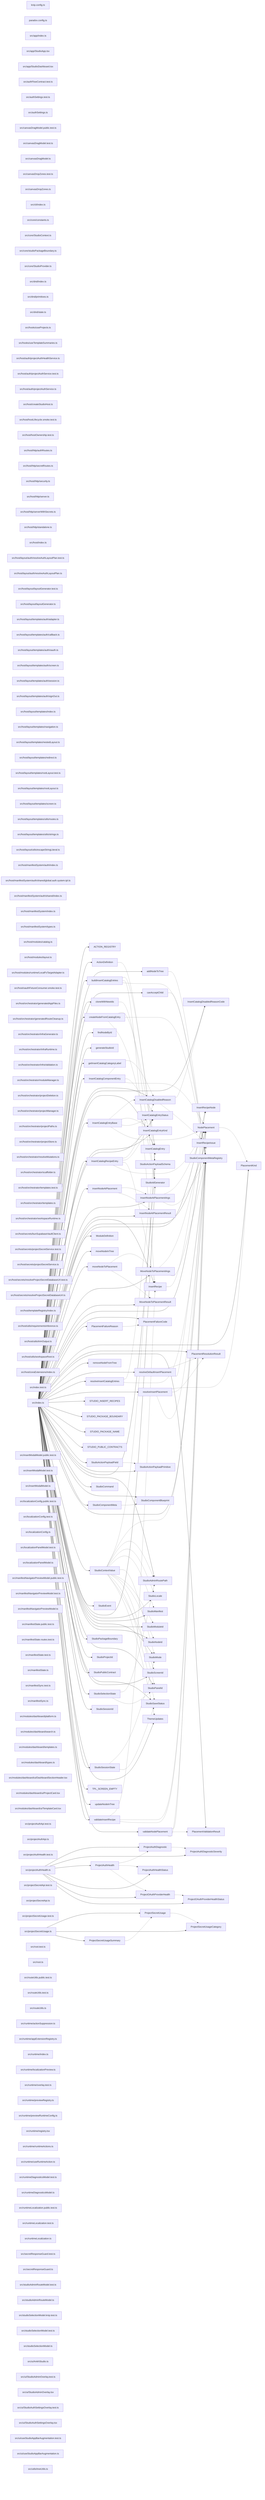
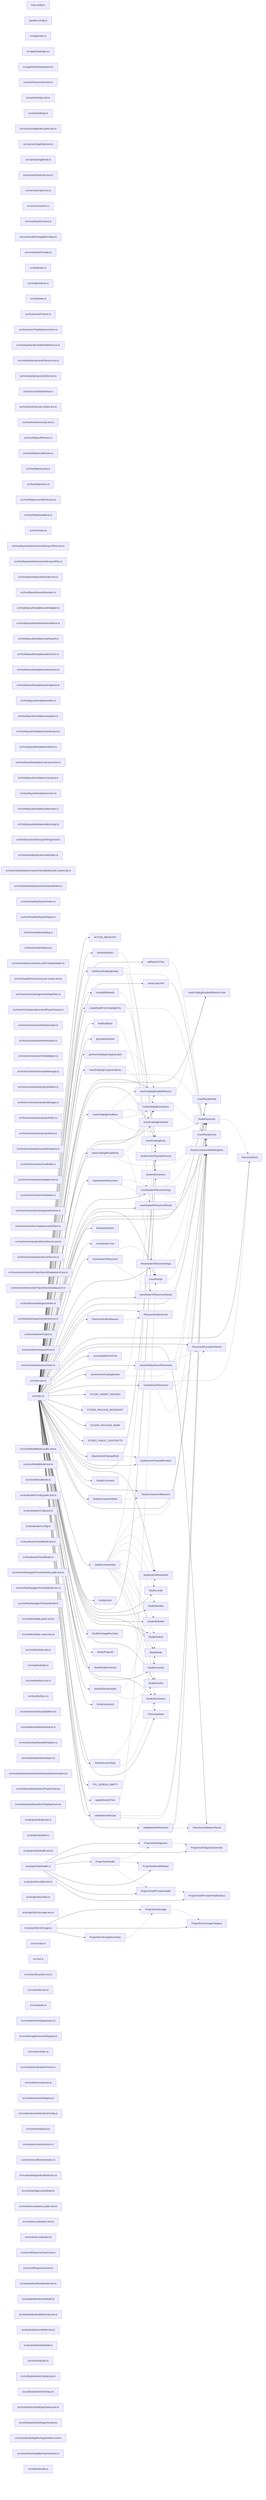
graph LR
  module_knip_config_ts["knip.config.ts"]
  module_paradox_config_ts["paradox.config.ts"]
  module_src_app_index_ts["src/app/index.ts"]
  module_src_app_StudioApp_tsx["src/app/StudioApp.tsx"]
  module_src_app_StudioDashboard_tsx["src/app/StudioDashboard.tsx"]
  module_src_authFlowContract_test_ts["src/authFlowContract.test.ts"]
  module_src_authSettings_test_ts["src/authSettings.test.ts"]
  module_src_authSettings_ts["src/authSettings.ts"]
  module_src_canvasDragModel_public_test_ts["src/canvasDragModel.public.test.ts"]
  module_src_canvasDragModel_test_ts["src/canvasDragModel.test.ts"]
  module_src_canvasDragModel_ts["src/canvasDragModel.ts"]
  module_src_canvasDropZones_test_ts["src/canvasDropZones.test.ts"]
  module_src_canvasDropZones_ts["src/canvasDropZones.ts"]
-   module_src_cli_index_ts["src/cli/index.ts"]
  module_src_core_constants_ts["src/core/constants.ts"]
  module_src_core_StudioContext_ts["src/core/StudioContext.ts"]
  module_src_core_studioPackageBoundary_ts["src/core/studioPackageBoundary.ts"]
  module_src_core_StudioProvider_ts["src/core/StudioProvider.ts"]
  module_src_dnd_index_ts["src/dnd/index.ts"]
  module_src_dnd_primitives_ts["src/dnd/primitives.ts"]
  module_src_dnd_state_ts["src/dnd/state.ts"]
  module_src_hooks_useProjects_ts["src/hooks/useProjects.ts"]
  module_src_hooks_useTemplateSummaries_ts["src/hooks/useTemplateSummaries.ts"]
  module_src_host_auth_projectAuthHealthService_ts["src/host/auth/projectAuthHealthService.ts"]
  module_src_host_auth_projectAuthService_test_ts["src/host/auth/projectAuthService.test.ts"]
  module_src_host_auth_projectAuthService_ts["src/host/auth/projectAuthService.ts"]
  module_src_host_createStudioHost_ts["src/host/createStudioHost.ts"]
  module_src_host_hostLifecycle_smoke_test_ts["src/host/hostLifecycle.smoke.test.ts"]
  module_src_host_hostOwnership_test_ts["src/host/hostOwnership.test.ts"]
  module_src_host_http_authRoutes_ts["src/host/http/authRoutes.ts"]
  module_src_host_http_secretRoutes_ts["src/host/http/secretRoutes.ts"]
  module_src_host_http_security_ts["src/host/http/security.ts"]
  module_src_host_http_server_ts["src/host/http/server.ts"]
  module_src_host_http_serverWithSecrets_ts["src/host/http/serverWithSecrets.ts"]
  module_src_host_http_standalone_ts["src/host/http/standalone.ts"]
  module_src_host_index_ts["src/host/index.ts"]
  module_src_host_layout_auth_resolveAuthLayoutPlan_test_ts["src/host/layout/auth/resolveAuthLayoutPlan.test.ts"]
  module_src_host_layout_auth_resolveAuthLayoutPlan_ts["src/host/layout/auth/resolveAuthLayoutPlan.ts"]
  module_src_host_layout_layoutGenerator_test_ts["src/host/layout/layoutGenerator.test.ts"]
  module_src_host_layout_layoutGenerator_ts["src/host/layout/layoutGenerator.ts"]
  module_src_host_layout_templates_auth_adapter_ts["src/host/layout/templates/auth/adapter.ts"]
  module_src_host_layout_templates_auth_callback_ts["src/host/layout/templates/auth/callback.ts"]
  module_src_host_layout_templates_auth_oauth_ts["src/host/layout/templates/auth/oauth.ts"]
  module_src_host_layout_templates_auth_screen_ts["src/host/layout/templates/auth/screen.ts"]
  module_src_host_layout_templates_auth_session_ts["src/host/layout/templates/auth/session.ts"]
  module_src_host_layout_templates_auth_signOut_ts["src/host/layout/templates/auth/signOut.ts"]
  module_src_host_layout_templates_index_ts["src/host/layout/templates/index.ts"]
  module_src_host_layout_templates_navigation_ts["src/host/layout/templates/navigation.ts"]
  module_src_host_layout_templates_nestedLayout_ts["src/host/layout/templates/nestedLayout.ts"]
  module_src_host_layout_templates_redirect_ts["src/host/layout/templates/redirect.ts"]
  module_src_host_layout_templates_rootLayout_test_ts["src/host/layout/templates/rootLayout.test.ts"]
  module_src_host_layout_templates_rootLayout_ts["src/host/layout/templates/rootLayout.ts"]
  module_src_host_layout_templates_screen_ts["src/host/layout/templates/screen.ts"]
  module_src_host_layout_templates_utils_routes_ts["src/host/layout/templates/utils/routes.ts"]
  module_src_host_layout_templates_utils_strings_ts["src/host/layout/templates/utils/strings.ts"]
  module_src_host_layout_utils_escapeStringLiteral_ts["src/host/layout/utils/escapeStringLiteral.ts"]
  module_src_host_manifestSystem_auth_index_ts["src/host/manifestSystem/auth/index.ts"]
  module_src_host_manifestSystem_auth_shared_global_auth_system_tpl_ts["src/host/manifestSystem/auth/shared/global.auth.system.tpl.ts"]
  module_src_host_manifestSystem_auth_shared_index_ts["src/host/manifestSystem/auth/shared/index.ts"]
  module_src_host_manifestSystem_index_ts["src/host/manifestSystem/index.ts"]
  module_src_host_manifestSystem_types_ts["src/host/manifestSystem/types.ts"]
  module_src_host_modules_catalog_ts["src/host/modules/catalog.ts"]
  module_src_host_modules_layout_ts["src/host/modules/layout.ts"]
  module_src_host_modules_runtime_LocalFsTargetAdapter_ts["src/host/modules/runtime/LocalFsTargetAdapter.ts"]
  module_src_host_oauthFixtureConsumer_smoke_test_ts["src/host/oauthFixtureConsumer.smoke.test.ts"]
  module_src_host_orchestrator_generatedAppFiles_ts["src/host/orchestrator/generatedAppFiles.ts"]
  module_src_host_orchestrator_generatedRouteCleanup_ts["src/host/orchestrator/generatedRouteCleanup.ts"]
  module_src_host_orchestrator_infraGenerator_ts["src/host/orchestrator/infraGenerator.ts"]
  module_src_host_orchestrator_infraRuntime_ts["src/host/orchestrator/infraRuntime.ts"]
  module_src_host_orchestrator_infraValidation_ts["src/host/orchestrator/infraValidation.ts"]
  module_src_host_orchestrator_moduleManager_ts["src/host/orchestrator/moduleManager.ts"]
  module_src_host_orchestrator_projectDeletion_ts["src/host/orchestrator/projectDeletion.ts"]
  module_src_host_orchestrator_projectManager_ts["src/host/orchestrator/projectManager.ts"]
  module_src_host_orchestrator_projectPaths_ts["src/host/orchestrator/projectPaths.ts"]
  module_src_host_orchestrator_projectStore_ts["src/host/orchestrator/projectStore.ts"]
  module_src_host_orchestrator_resolveMutations_ts["src/host/orchestrator/resolveMutations.ts"]
  module_src_host_orchestrator_scaffolder_ts["src/host/orchestrator/scaffolder.ts"]
  module_src_host_orchestrator_templates_test_ts["src/host/orchestrator/templates.test.ts"]
  module_src_host_orchestrator_templates_ts["src/host/orchestrator/templates.ts"]
  module_src_host_orchestrator_workspaceRuntime_ts["src/host/orchestrator/workspaceRuntime.ts"]
  module_src_host_secrets_bunSupabaseVaultClient_ts["src/host/secrets/bunSupabaseVaultClient.ts"]
  module_src_host_secrets_projectSecretService_test_ts["src/host/secrets/projectSecretService.test.ts"]
  module_src_host_secrets_projectSecretService_ts["src/host/secrets/projectSecretService.ts"]
  module_src_host_secrets_resolveProjectSecretDatabaseUrl_test_ts["src/host/secrets/resolveProjectSecretDatabaseUrl.test.ts"]
  module_src_host_secrets_resolveProjectSecretDatabaseUrl_ts["src/host/secrets/resolveProjectSecretDatabaseUrl.ts"]
  module_src_host_templateRegistry_index_ts["src/host/templateRegistry/index.ts"]
  module_src_host_utils_requirementsInference_ts["src/host/utils/requirementsInference.ts"]
  module_src_host_utils_trimOutput_ts["src/host/utils/trimOutput.ts"]
  module_src_host_utils_workspaceRoot_ts["src/host/utils/workspaceRoot.ts"]
  module_src_host_zoraExtensions_index_ts["src/host/zoraExtensions/index.ts"]
  module_src_index_test_ts["src/index.test.ts"]
  module_src_index_ts["src/index.ts"]
  module_src_insertModalModel_public_test_ts["src/insertModalModel.public.test.ts"]
  module_src_insertModalModel_test_ts["src/insertModalModel.test.ts"]
  module_src_insertModalModel_ts["src/insertModalModel.ts"]
  module_src_localizationConfig_public_test_ts["src/localizationConfig.public.test.ts"]
  module_src_localizationConfig_test_ts["src/localizationConfig.test.ts"]
  module_src_localizationConfig_ts["src/localizationConfig.ts"]
  module_src_localizationPanelModel_test_ts["src/localizationPanelModel.test.ts"]
  module_src_localizationPanelModel_ts["src/localizationPanelModel.ts"]
  module_src_manifestNavigatorPreviewModel_public_test_ts["src/manifestNavigatorPreviewModel.public.test.ts"]
  module_src_manifestNavigatorPreviewModel_test_ts["src/manifestNavigatorPreviewModel.test.ts"]
  module_src_manifestNavigatorPreviewModel_ts["src/manifestNavigatorPreviewModel.ts"]
  module_src_manifestState_public_test_ts["src/manifestState.public.test.ts"]
  module_src_manifestState_routes_test_ts["src/manifestState.routes.test.ts"]
  module_src_manifestState_test_ts["src/manifestState.test.ts"]
  module_src_manifestState_ts["src/manifestState.ts"]
  module_src_manifestSync_test_ts["src/manifestSync.test.ts"]
  module_src_manifestSync_ts["src/manifestSync.ts"]
  module_src_modules_dashboard_platform_ts["src/modules/dashboard/platform.ts"]
  module_src_modules_dashboard_search_ts["src/modules/dashboard/search.ts"]
  module_src_modules_dashboard_templates_ts["src/modules/dashboard/templates.ts"]
  module_src_modules_dashboard_types_ts["src/modules/dashboard/types.ts"]
  module_src_modules_dashboard_ui_DashboardSectionHeader_tsx["src/modules/dashboard/ui/DashboardSectionHeader.tsx"]
  module_src_modules_dashboard_ui_ProjectCard_tsx["src/modules/dashboard/ui/ProjectCard.tsx"]
  module_src_modules_dashboard_ui_TemplateCard_tsx["src/modules/dashboard/ui/TemplateCard.tsx"]
  module_src_projectAuthApi_test_ts["src/projectAuthApi.test.ts"]
  module_src_projectAuthApi_ts["src/projectAuthApi.ts"]
  module_src_projectAuthHealth_test_ts["src/projectAuthHealth.test.ts"]
  module_src_projectAuthHealth_ts["src/projectAuthHealth.ts"]
  module_src_projectSecretApi_test_ts["src/projectSecretApi.test.ts"]
  module_src_projectSecretApi_ts["src/projectSecretApi.ts"]
  module_src_projectSecretUsage_test_ts["src/projectSecretUsage.test.ts"]
  module_src_projectSecretUsage_ts["src/projectSecretUsage.ts"]
  module_src_root_test_ts["src/root.test.ts"]
  module_src_root_ts["src/root.ts"]
  module_src_routeUtils_public_test_ts["src/routeUtils.public.test.ts"]
  module_src_routeUtils_test_ts["src/routeUtils.test.ts"]
  module_src_routeUtils_ts["src/routeUtils.ts"]
  module_src_runtime_actionSuppression_ts["src/runtime/actionSuppression.ts"]
  module_src_runtime_appExtensionRegistry_ts["src/runtime/appExtensionRegistry.ts"]
  module_src_runtime_index_ts["src/runtime/index.ts"]
  module_src_runtime_localizationPreview_ts["src/runtime/localizationPreview.ts"]
  module_src_runtime_overlay_test_ts["src/runtime/overlay.test.ts"]
  module_src_runtime_previewRegistry_ts["src/runtime/previewRegistry.ts"]
  module_src_runtime_previewRuntimeConfig_ts["src/runtime/previewRuntimeConfig.ts"]
  module_src_runtime_registry_tsx["src/runtime/registry.tsx"]
  module_src_runtime_runtimeActions_ts["src/runtime/runtimeActions.ts"]
  module_src_runtime_useRuntimeAction_ts["src/runtime/useRuntimeAction.ts"]
  module_src_runtimeDiagnosticsModel_test_ts["src/runtimeDiagnosticsModel.test.ts"]
  module_src_runtimeDiagnosticsModel_ts["src/runtimeDiagnosticsModel.ts"]
  module_src_runtimeLocalization_public_test_ts["src/runtimeLocalization.public.test.ts"]
  module_src_runtimeLocalization_test_ts["src/runtimeLocalization.test.ts"]
  module_src_runtimeLocalization_ts["src/runtimeLocalization.ts"]
  module_src_secretResponseGuard_test_ts["src/secretResponseGuard.test.ts"]
  module_src_secretResponseGuard_ts["src/secretResponseGuard.ts"]
  module_src_studioAdminRouteModel_test_ts["src/studioAdminRouteModel.test.ts"]
  module_src_studioAdminRouteModel_ts["src/studioAdminRouteModel.ts"]
  module_src_studioSelectionModel_knip_test_ts["src/studioSelectionModel.knip.test.ts"]
  module_src_studioSelectionModel_test_ts["src/studioSelectionModel.test.ts"]
  module_src_studioSelectionModel_ts["src/studioSelectionModel.ts"]
  module_src_ui_AnkhStudio_ts["src/ui/AnkhStudio.ts"]
  module_src_ui_StudioAdminOverlay_test_ts["src/ui/StudioAdminOverlay.test.ts"]
  module_src_ui_StudioAdminOverlay_tsx["src/ui/StudioAdminOverlay.tsx"]
  module_src_ui_StudioAuthSettingsOverlay_test_ts["src/ui/StudioAuthSettingsOverlay.test.ts"]
  module_src_ui_StudioAuthSettingsOverlay_tsx["src/ui/StudioAuthSettingsOverlay.tsx"]
  module_src_ui_useStudioAppBarAugmentation_test_ts["src/ui/useStudioAppBarAugmentation.test.ts"]
  module_src_ui_useStudioAppBarAugmentation_ts["src/ui/useStudioAppBarAugmentation.ts"]
  module_src_utils_treeUtils_ts["src/utils/treeUtils.ts"]
  export_ACTION_REGISTRY["ACTION_REGISTRY"]
  module_src_index_ts --> export_ACTION_REGISTRY
  export_ActionDefinition["ActionDefinition"]
  module_src_index_ts --> export_ActionDefinition
  export_ActionDefinition -.-> export_StudioActionPayloadSchema
  export_addNodeToTree["addNodeToTree"]
  module_src_index_ts --> export_addNodeToTree
  export_addNodeToTree -.-> export_StudioComponentMetaRegistry
  export_buildInsertCatalogEntries["buildInsertCatalogEntries"]
  module_src_index_ts --> export_buildInsertCatalogEntries
  export_buildInsertCatalogEntries -.-> export_InsertCatalogEntry
  export_buildInsertCatalogEntries -.-> export_InsertRecipe
  export_buildInsertCatalogEntries -.-> export_StudioComponentMetaRegistry
  export_canAcceptChild["canAcceptChild"]
  module_src_index_ts --> export_canAcceptChild
  export_canAcceptChild -.-> export_StudioComponentMetaRegistry
  export_cloneWithNewIds["cloneWithNewIds"]
  module_src_index_ts --> export_cloneWithNewIds
  export_cloneWithNewIds -.-> export_StudioIdGenerator
  export_createNodeFromCatalogEntry["createNodeFromCatalogEntry"]
  module_src_index_ts --> export_createNodeFromCatalogEntry
  export_createNodeFromCatalogEntry -.-> export_InsertCatalogEntry
  export_createNodeFromCatalogEntry -.-> export_StudioComponentMetaRegistry
  export_createNodeFromCatalogEntry -.-> export_StudioIdGenerator
  export_findNodeById["findNodeById"]
  module_src_index_ts --> export_findNodeById
  export_generateStudioId["generateStudioId"]
  module_src_index_ts --> export_generateStudioId
  export_getInsertCatalogCategoryLabel["getInsertCatalogCategoryLabel"]
  module_src_index_ts --> export_getInsertCatalogCategoryLabel
  export_InsertCatalogComponentEntry["InsertCatalogComponentEntry"]
  module_src_index_ts --> export_InsertCatalogComponentEntry
  export_InsertCatalogComponentEntry -.-> export_InsertCatalogDisabledReason
  export_InsertCatalogComponentEntry -.-> export_InsertCatalogEntryStatus
  export_InsertCatalogComponentEntry -.-> export_NodePlacement
  export_InsertCatalogDisabledReason["InsertCatalogDisabledReason"]
  module_src_index_ts --> export_InsertCatalogDisabledReason
  export_InsertCatalogDisabledReason -.-> export_InsertCatalogDisabledReasonCode
  export_InsertCatalogDisabledReason -.-> export_InsertRecipeIssue
  export_InsertCatalogDisabledReasonCode["InsertCatalogDisabledReasonCode"]
  module_src_index_ts --> export_InsertCatalogDisabledReasonCode
  export_InsertCatalogEntry["InsertCatalogEntry"]
  module_src_index_ts --> export_InsertCatalogEntry
  export_InsertCatalogEntryBase["InsertCatalogEntryBase"]
  module_src_index_ts --> export_InsertCatalogEntryBase
  export_InsertCatalogEntryBase -.-> export_InsertCatalogDisabledReason
  export_InsertCatalogEntryBase -.-> export_InsertCatalogEntryKind
  export_InsertCatalogEntryBase -.-> export_InsertCatalogEntryStatus
  export_InsertCatalogEntryBase -.-> export_NodePlacement
  export_InsertCatalogEntryKind["InsertCatalogEntryKind"]
  module_src_index_ts --> export_InsertCatalogEntryKind
  export_InsertCatalogEntryStatus["InsertCatalogEntryStatus"]
  module_src_index_ts --> export_InsertCatalogEntryStatus
  export_InsertCatalogRecipeEntry["InsertCatalogRecipeEntry"]
  module_src_index_ts --> export_InsertCatalogRecipeEntry
  export_InsertCatalogRecipeEntry -.-> export_InsertCatalogDisabledReason
  export_InsertCatalogRecipeEntry -.-> export_InsertCatalogEntryStatus
  export_InsertCatalogRecipeEntry -.-> export_InsertRecipe
  export_InsertCatalogRecipeEntry -.-> export_NodePlacement
  export_insertNodeAtPlacement["insertNodeAtPlacement"]
  module_src_index_ts --> export_insertNodeAtPlacement
  export_insertNodeAtPlacement -.-> export_InsertNodeAtPlacementArgs
  export_insertNodeAtPlacement -.-> export_InsertNodeAtPlacementResult
  export_InsertNodeAtPlacementArgs["InsertNodeAtPlacementArgs"]
  module_src_index_ts --> export_InsertNodeAtPlacementArgs
  export_InsertNodeAtPlacementArgs -.-> export_NodePlacement
  export_InsertNodeAtPlacementArgs -.-> export_StudioComponentMetaRegistry
  export_InsertNodeAtPlacementResult["InsertNodeAtPlacementResult"]
  module_src_index_ts --> export_InsertNodeAtPlacementResult
  export_InsertRecipe["InsertRecipe"]
  module_src_index_ts --> export_InsertRecipe
  export_InsertRecipe -.-> export_InsertRecipeNode
  export_InsertRecipeIssue["InsertRecipeIssue"]
  module_src_index_ts --> export_InsertRecipeIssue
  export_InsertRecipeNode["InsertRecipeNode"]
  module_src_index_ts --> export_InsertRecipeNode
  export_ModuleDefinition["ModuleDefinition"]
  module_src_index_ts --> export_ModuleDefinition
  export_moveNodeInTree["moveNodeInTree"]
  module_src_index_ts --> export_moveNodeInTree
  export_moveNodeToPlacement["moveNodeToPlacement"]
  module_src_index_ts --> export_moveNodeToPlacement
  export_moveNodeToPlacement -.-> export_MoveNodeToPlacementArgs
  export_moveNodeToPlacement -.-> export_MoveNodeToPlacementResult
  export_MoveNodeToPlacementArgs["MoveNodeToPlacementArgs"]
  module_src_index_ts --> export_MoveNodeToPlacementArgs
  export_MoveNodeToPlacementArgs -.-> export_NodePlacement
  export_MoveNodeToPlacementArgs -.-> export_StudioComponentMetaRegistry
  export_MoveNodeToPlacementResult["MoveNodeToPlacementResult"]
  module_src_index_ts --> export_MoveNodeToPlacementResult
  export_NodePlacement["NodePlacement"]
  module_src_index_ts --> export_NodePlacement
  export_NodePlacement -.-> export_PlacementKind
  export_PlacementFailureCode["PlacementFailureCode"]
  module_src_index_ts --> export_PlacementFailureCode
  export_PlacementFailureReason["PlacementFailureReason"]
  module_src_index_ts --> export_PlacementFailureReason
  export_PlacementFailureReason -.-> export_PlacementFailureCode
  export_PlacementKind["PlacementKind"]
  module_src_index_ts --> export_PlacementKind
  export_PlacementResolutionResult["PlacementResolutionResult"]
  module_src_index_ts --> export_PlacementResolutionResult
  export_PlacementValidationResult["PlacementValidationResult"]
  module_src_index_ts --> export_PlacementValidationResult
  export_ProjectAuthDiagnostic["ProjectAuthDiagnostic"]
  module_src_projectAuthHealth_ts --> export_ProjectAuthDiagnostic
  export_ProjectAuthDiagnostic -.-> export_ProjectAuthDiagnosticSeverity
  export_ProjectAuthDiagnosticSeverity["ProjectAuthDiagnosticSeverity"]
  module_src_projectAuthHealth_ts --> export_ProjectAuthDiagnosticSeverity
  export_ProjectAuthHealth["ProjectAuthHealth"]
  module_src_projectAuthHealth_ts --> export_ProjectAuthHealth
  export_ProjectAuthHealth -.-> export_ProjectAuthDiagnostic
  export_ProjectAuthHealth -.-> export_ProjectAuthHealthStatus
  export_ProjectAuthHealth -.-> export_ProjectOAuthProviderHealth
  export_ProjectAuthHealthStatus["ProjectAuthHealthStatus"]
  module_src_projectAuthHealth_ts --> export_ProjectAuthHealthStatus
  export_ProjectOAuthProviderHealth["ProjectOAuthProviderHealth"]
  module_src_projectAuthHealth_ts --> export_ProjectOAuthProviderHealth
  export_ProjectOAuthProviderHealth -.-> export_ProjectOAuthProviderHealthStatus
  export_ProjectOAuthProviderHealthStatus["ProjectOAuthProviderHealthStatus"]
  module_src_projectAuthHealth_ts --> export_ProjectOAuthProviderHealthStatus
  export_ProjectSecretUsage["ProjectSecretUsage"]
  module_src_projectSecretUsage_ts --> export_ProjectSecretUsage
  export_ProjectSecretUsage -.-> export_ProjectSecretUsageCategory
  export_ProjectSecretUsageCategory["ProjectSecretUsageCategory"]
  module_src_projectSecretUsage_ts --> export_ProjectSecretUsageCategory
  export_ProjectSecretUsageSummary["ProjectSecretUsageSummary"]
  module_src_projectSecretUsage_ts --> export_ProjectSecretUsageSummary
  export_ProjectSecretUsageSummary -.-> export_ProjectSecretUsage
  export_removeNodeFromTree["removeNodeFromTree"]
  module_src_index_ts --> export_removeNodeFromTree
  export_resolveDefaultInsertPlacement["resolveDefaultInsertPlacement"]
  module_src_index_ts --> export_resolveDefaultInsertPlacement
  export_resolveDefaultInsertPlacement -.-> export_PlacementResolutionResult
  export_resolveDefaultInsertPlacement -.-> export_StudioComponentMetaRegistry
  export_resolveInsertCatalogEntries["resolveInsertCatalogEntries"]
  module_src_index_ts --> export_resolveInsertCatalogEntries
  export_resolveInsertCatalogEntries -.-> export_InsertCatalogEntry
  export_resolveInsertCatalogEntries -.-> export_StudioComponentMetaRegistry
  export_resolveInsertPlacement["resolveInsertPlacement"]
  module_src_index_ts --> export_resolveInsertPlacement
  export_resolveInsertPlacement -.-> export_PlacementKind
  export_resolveInsertPlacement -.-> export_PlacementResolutionResult
  export_resolveInsertPlacement -.-> export_StudioComponentMetaRegistry
  export_STUDIO_INSERT_RECIPES["STUDIO_INSERT_RECIPES"]
  module_src_index_ts --> export_STUDIO_INSERT_RECIPES
  export_STUDIO_PACKAGE_BOUNDARY["STUDIO_PACKAGE_BOUNDARY"]
  module_src_index_ts --> export_STUDIO_PACKAGE_BOUNDARY
  export_STUDIO_PACKAGE_NAME["STUDIO_PACKAGE_NAME"]
  module_src_index_ts --> export_STUDIO_PACKAGE_NAME
  export_STUDIO_PUBLIC_CONTRACTS["STUDIO_PUBLIC_CONTRACTS"]
  module_src_index_ts --> export_STUDIO_PUBLIC_CONTRACTS
  export_StudioActionPayloadField["StudioActionPayloadField"]
  module_src_index_ts --> export_StudioActionPayloadField
  export_StudioActionPayloadField -.-> export_StudioActionPayloadPrimitive
  export_StudioActionPayloadPrimitive["StudioActionPayloadPrimitive"]
  module_src_index_ts --> export_StudioActionPayloadPrimitive
  export_StudioActionPayloadSchema["StudioActionPayloadSchema"]
  module_src_index_ts --> export_StudioActionPayloadSchema
  export_StudioAdminRoutePath["StudioAdminRoutePath"]
  module_src_index_ts --> export_StudioAdminRoutePath
  export_StudioCommand["StudioCommand"]
  module_src_index_ts --> export_StudioCommand
  export_StudioComponentBlueprint["StudioComponentBlueprint"]
  module_src_index_ts --> export_StudioComponentBlueprint
  export_StudioComponentMeta["StudioComponentMeta"]
  module_src_index_ts --> export_StudioComponentMeta
  export_StudioComponentMeta -.-> export_StudioComponentBlueprint
  export_StudioComponentMetaRegistry["StudioComponentMetaRegistry"]
  module_src_index_ts --> export_StudioComponentMetaRegistry
  export_StudioContextValue["StudioContextValue"]
  module_src_index_ts --> export_StudioContextValue
  export_StudioContextValue -.-> export_InsertCatalogEntry
  export_StudioContextValue -.-> export_NodePlacement
  export_StudioContextValue -.-> export_StudioAdminRoutePath
  export_StudioContextValue -.-> export_StudioLocale
  export_StudioContextValue -.-> export_StudioManifest
  export_StudioContextValue -.-> export_StudioMode
  export_StudioContextValue -.-> export_StudioModuleId
  export_StudioContextValue -.-> export_StudioNodeId
  export_StudioContextValue -.-> export_StudioPanelId
  export_StudioContextValue -.-> export_StudioSaveStatus
  export_StudioContextValue -.-> export_StudioScreenId
  export_StudioContextValue -.-> export_ThemeUpdates
  export_StudioEvent["StudioEvent"]
  module_src_index_ts --> export_StudioEvent
  export_StudioIdGenerator["StudioIdGenerator"]
  module_src_index_ts --> export_StudioIdGenerator
  export_StudioLocale["StudioLocale"]
  module_src_index_ts --> export_StudioLocale
  export_StudioManifest["StudioManifest"]
  module_src_index_ts --> export_StudioManifest
  export_StudioMode["StudioMode"]
  module_src_index_ts --> export_StudioMode
  export_StudioModuleId["StudioModuleId"]
  module_src_index_ts --> export_StudioModuleId
  export_StudioNodeId["StudioNodeId"]
  module_src_index_ts --> export_StudioNodeId
  export_StudioPackageBoundary["StudioPackageBoundary"]
  module_src_index_ts --> export_StudioPackageBoundary
  export_StudioPanelId["StudioPanelId"]
  module_src_index_ts --> export_StudioPanelId
  export_StudioProjectId["StudioProjectId"]
  module_src_index_ts --> export_StudioProjectId
  export_StudioPublicContract["StudioPublicContract"]
  module_src_index_ts --> export_StudioPublicContract
  export_StudioSaveStatus["StudioSaveStatus"]
  module_src_index_ts --> export_StudioSaveStatus
  export_StudioScreenId["StudioScreenId"]
  module_src_index_ts --> export_StudioScreenId
  export_StudioSelectionState["StudioSelectionState"]
  module_src_index_ts --> export_StudioSelectionState
  export_StudioSelectionState -.-> export_StudioAdminRoutePath
  export_StudioSelectionState -.-> export_StudioPanelId
  export_StudioSessionId["StudioSessionId"]
  module_src_index_ts --> export_StudioSessionId
  export_StudioSessionState["StudioSessionState"]
  module_src_index_ts --> export_StudioSessionState
  export_StudioSessionState -.-> export_StudioMode
  export_StudioSessionState -.-> export_StudioSaveStatus
  export_ThemeUpdates["ThemeUpdates"]
  module_src_index_ts --> export_ThemeUpdates
  export_TPL_SCREEN_EMPTY["TPL_SCREEN_EMPTY"]
  module_src_index_ts --> export_TPL_SCREEN_EMPTY
  export_updateNodeInTree["updateNodeInTree"]
  module_src_index_ts --> export_updateNodeInTree
  export_validateInsertRecipe["validateInsertRecipe"]
  module_src_index_ts --> export_validateInsertRecipe
  export_validateInsertRecipe -.-> export_InsertRecipe
  export_validateInsertRecipe -.-> export_InsertRecipeIssue
  export_validateInsertRecipe -.-> export_StudioComponentMetaRegistry
  export_validateNodePlacement["validateNodePlacement"]
  module_src_index_ts --> export_validateNodePlacement
  export_validateNodePlacement -.-> export_NodePlacement
  export_validateNodePlacement -.-> export_PlacementValidationResult
  export_validateNodePlacement -.-> export_StudioComponentMetaRegistry
